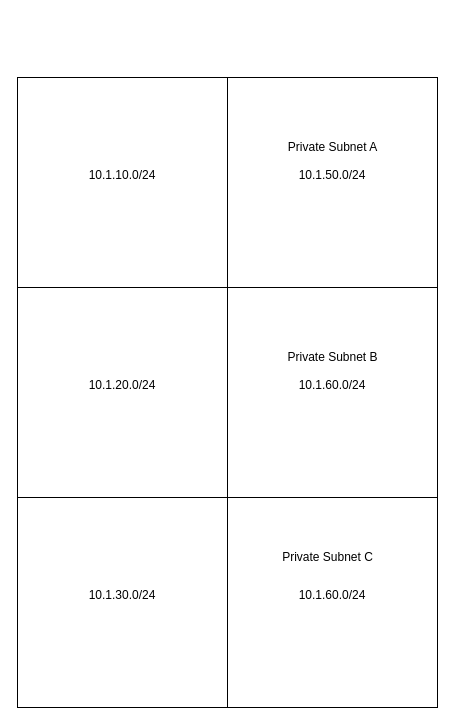
Earlier version of the draw.io diagram Untitled Diagram.drawio (billjacobi/directory). Source tidied: cells renumbered, new cells numbered last; positions are measured from the earlier drawing's top-left corner, leaving out a move shared by most shapes. Both pictures are drawn from the tidied source at 100%, with x=0, y=0 at pixel (17, 77).
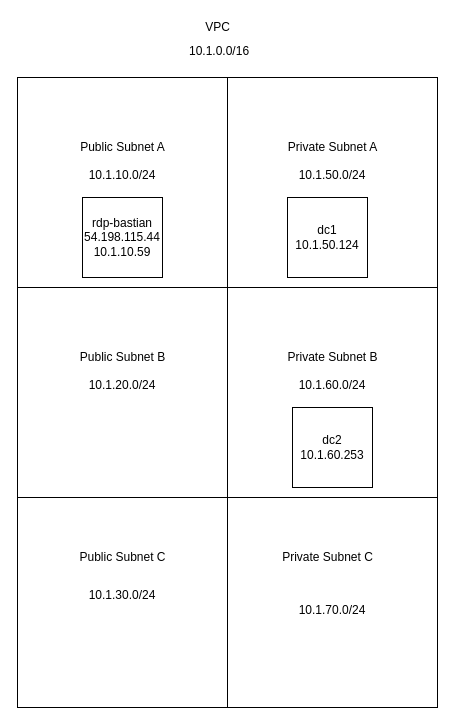
Above is the later version.

Diff of the diagram source:
```diff
@@
 <mxGraphModel>
   <root>
     <mxCell id="0" />
     <mxCell id="1" parent="0" />
     <mxCell id="2" value="&#10;&lt;span id=&quot;CidrBlock&quot; class=&quot;&quot;&gt;10.1.50.0/24&lt;/span&gt;&#10;&#10;" style="whiteSpace=wrap;html=1;" parent="1" vertex="1">
       <mxGeometry x="210" width="210" height="210" as="geometry" />
     </mxCell>
     <mxCell id="3" value="&#10;&lt;span id=&quot;CidrBlock&quot; class=&quot;&quot;&gt;10.1.60.0/24&lt;/span&gt;&#10;&#10;" style="whiteSpace=wrap;html=1;" parent="1" vertex="1">
       <mxGeometry x="210" y="210" width="210" height="210" as="geometry" />
     </mxCell>
-    <mxCell id="4" value="&#10;&lt;span id=&quot;CidrBlock&quot; class=&quot;&quot;&gt;10.1.60.0/24&lt;/span&gt;&#10;&#10;" style="whiteSpace=wrap;html=1;" parent="1" vertex="1">
+    <mxCell id="4" value="&lt;br&gt;&lt;span id=&quot;CidrBlock&quot; class=&quot;&quot;&gt;10.1.70.0/24&lt;/span&gt;&lt;br&gt;" style="whiteSpace=wrap;html=1;" parent="1" vertex="1">
       <mxGeometry x="210" y="420" width="210" height="210" as="geometry" />
     </mxCell>
     <mxCell id="5" value="&#10;&lt;span id=&quot;CidrBlock&quot; class=&quot;&quot;&gt;10.1.10.0/24&lt;/span&gt;&#10;&#10;" style="whiteSpace=wrap;html=1;" parent="1" vertex="1">
       <mxGeometry width="210" height="210" as="geometry" />
     </mxCell>
     <mxCell id="6" value="&#10;&lt;span id=&quot;CidrBlock&quot; class=&quot;&quot;&gt;10.1.20.0/24&lt;/span&gt;&#10;&#10;" style="whiteSpace=wrap;html=1;" parent="1" vertex="1">
       <mxGeometry y="210" width="210" height="210" as="geometry" />
     </mxCell>
     <mxCell id="7" value="&#10;&lt;span id=&quot;CidrBlock&quot; class=&quot;&quot;&gt;10.1.30.0/24&lt;/span&gt;&#10;&#10;" style="whiteSpace=wrap;html=1;" parent="1" vertex="1">
       <mxGeometry y="420" width="210" height="210" as="geometry" />
     </mxCell>
     <mxCell id="8" value="Private Subnet A" style="text;html=1;align=center;verticalAlign=middle;fillColor=none;strokeColor=none;rounded=0;" parent="1" vertex="1">
       <mxGeometry x="265" y="60" width="100" height="20" as="geometry" />
     </mxCell>
     <mxCell id="9" value="Private Subnet B" style="text;html=1;align=center;verticalAlign=middle;fillColor=none;strokeColor=none;rounded=0;" parent="1" vertex="1">
       <mxGeometry x="260" y="270" width="110" height="20" as="geometry" />
     </mxCell>
     <mxCell id="10" value="Private Subnet C" style="text;html=1;align=center;verticalAlign=middle;fillColor=none;strokeColor=none;rounded=0;" parent="1" vertex="1">
       <mxGeometry x="255" y="470" width="110" height="20" as="geometry" />
     </mxCell>
+    <mxCell id="11" value="Public Subnet A" style="text;html=1;align=center;verticalAlign=middle;fillColor=none;strokeColor=none;rounded=0;" parent="1" vertex="1">
+      <mxGeometry x="55" y="60" width="100" height="20" as="geometry" />
+    </mxCell>
+    <mxCell id="12" value="Public Subnet B" style="text;html=1;align=center;verticalAlign=middle;fillColor=none;strokeColor=none;rounded=0;" parent="1" vertex="1">
+      <mxGeometry x="55" y="270" width="100" height="20" as="geometry" />
+    </mxCell>
+    <mxCell id="13" value="Public Subnet C" style="text;html=1;align=center;verticalAlign=middle;fillColor=none;strokeColor=none;rounded=0;" parent="1" vertex="1">
+      <mxGeometry x="55" y="470" width="100" height="20" as="geometry" />
+    </mxCell>
+    <mxCell id="14" value="rdp-bastian&lt;br&gt;&lt;span style=&quot;clip: rect(0px , 0px , 0px , 0px) ; font: &amp;#34;unset&amp;#34; ; top: 0px&quot;&gt;54.198.115.44&lt;br&gt;&lt;span style=&quot;clip: rect(0px , 0px , 0px , 0px) ; font: &amp;#34;unset&amp;#34; ; top: 0px&quot;&gt;10.1.10.59&lt;/span&gt;&lt;span style=&quot;clip: rect(0px , 0px , 0px , 0px) ; font: &amp;#34;unset&amp;#34; ; top: 0px&quot;&gt;&lt;br&gt;&lt;/span&gt;&lt;/span&gt;" style="whiteSpace=wrap;html=1;" parent="1" vertex="1">
+      <mxGeometry x="65" y="120" width="80" height="80" as="geometry" />
+    </mxCell>
+    <mxCell id="15" value="&lt;span&gt;&lt;span&gt;&lt;span&gt;10.1.0.0/16&lt;/span&gt;&lt;/span&gt;&lt;/span&gt;" style="text;whiteSpace=wrap;html=1;" parent="1" vertex="1">
+      <mxGeometry x="170" y="-40" width="90" height="30" as="geometry" />
+    </mxCell>
+    <mxCell id="16" value="VPC" style="text;html=1;align=center;verticalAlign=middle;fillColor=none;strokeColor=none;rounded=0;" parent="1" vertex="1">
+      <mxGeometry x="180" y="-60" width="40" height="20" as="geometry" />
+    </mxCell>
+    <mxCell id="17" value="dc1&lt;br&gt;10.1.50.124" style="whiteSpace=wrap;html=1;" parent="1" vertex="1">
+      <mxGeometry x="270" y="120" width="80" height="80" as="geometry" />
+    </mxCell>
+    <mxCell id="18" value="dc2&lt;br&gt;10.1.60.253" style="whiteSpace=wrap;html=1;" parent="1" vertex="1">
+      <mxGeometry x="275" y="330" width="80" height="80" as="geometry" />
+    </mxCell>
   </root>
 </mxGraphModel>
```
